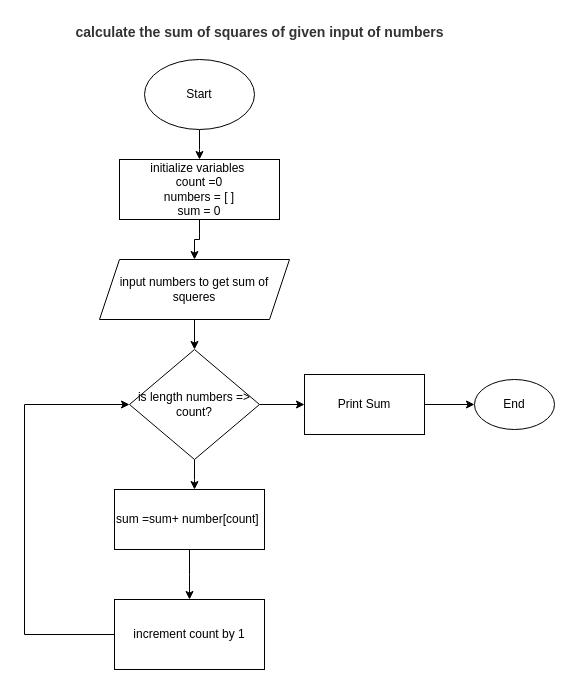
The draw.io diagram sum of squares of given input of numbers.drawio in charlesondabu/flow-charts, before the edit. Source tidied: cells renumbered, new cells numbered last; positions are measured from the earlier drawing's top-left corner, leaving out a move shared by most shapes. Both pictures are drawn from the tidied source at 100%, with x=0, y=0 at pixel (24, 17).
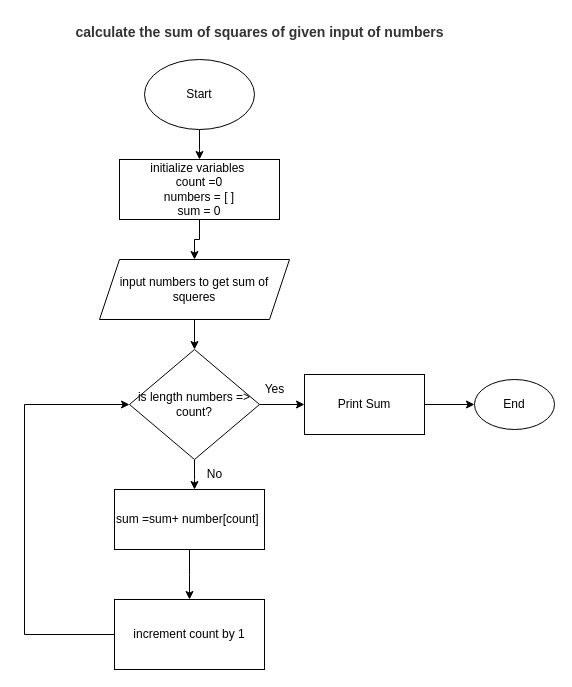
After the change.

What changed in the source:
```diff
@@
-<mxGraphModel>
+<mxGraphModel background="#ffffff">
@@
+    <mxCell id="19" value="No" style="text;html=1;align=center;verticalAlign=middle;strokeColor=none;fillColor=none;" parent="1" vertex="1">
+      <mxGeometry x="170" y="442" width="40" height="30" as="geometry" />
+    </mxCell>
+    <mxCell id="20" value="Yes" style="text;html=1;align=center;verticalAlign=middle;strokeColor=none;fillColor=none;" parent="1" vertex="1">
+      <mxGeometry x="230" y="357" width="40" height="30" as="geometry" />
+    </mxCell>
```
